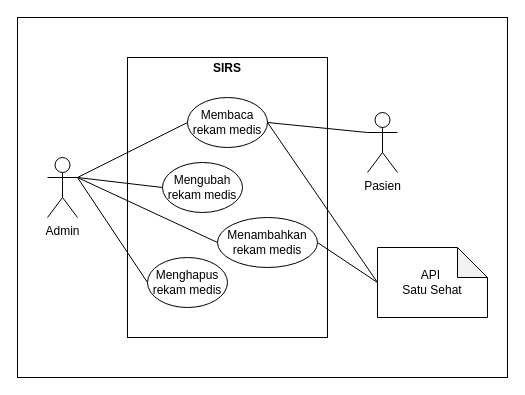
This is Use Case SIRS.drawio from dindin666/repo-awal, a draw.io file, before an edit. Source tidied: cells renumbered, new cells numbered last; positions are measured from the earlier drawing's top-left corner, leaving out a move shared by most shapes. Both pictures are drawn from the tidied source at 100%, with x=0, y=0 at pixel (17, 17).
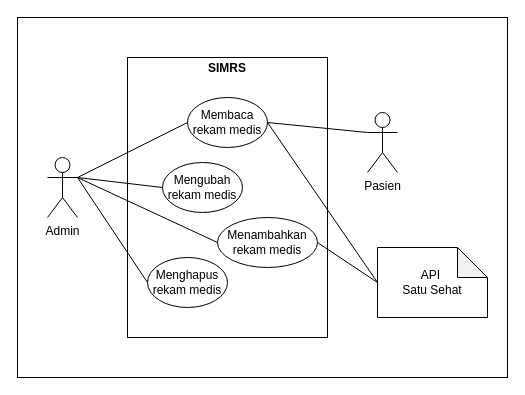
The same diagram, later.

The edit, as a diff of the source:
```diff
@@
 <mxGraphModel>
   <root>
     <mxCell id="0" />
     <mxCell id="1" parent="0" />
     <mxCell id="2" style="rounded=0;whiteSpace=wrap;html=1;" parent="1" vertex="1">
       <mxGeometry width="490" height="360" as="geometry" />
     </mxCell>
-    <mxCell id="3" value="&lt;p style=&quot;margin:0px;margin-top:4px;text-align:center;&quot;&gt;&lt;b&gt;SIRS&lt;/b&gt;&lt;/p&gt;" style="verticalAlign=top;align=left;overflow=fill;html=1;whiteSpace=wrap;" parent="1" vertex="1">
+    <mxCell id="3" value="&lt;p style=&quot;margin:0px;margin-top:4px;text-align:center;&quot;&gt;&lt;b&gt;SIMRS&lt;/b&gt;&lt;/p&gt;" style="verticalAlign=top;align=left;overflow=fill;html=1;whiteSpace=wrap;" parent="1" vertex="1">
       <mxGeometry x="110" y="40" width="200" height="280" as="geometry" />
     </mxCell>
     <mxCell id="4" value="Admin" style="shape=umlActor;verticalLabelPosition=bottom;verticalAlign=top;html=1;outlineConnect=0;" parent="1" vertex="1">
       <mxGeometry x="30" y="140" width="30" height="60" as="geometry" />
     </mxCell>
     <mxCell id="5" value="Pasien" style="shape=umlActor;verticalLabelPosition=bottom;verticalAlign=top;html=1;outlineConnect=0;" parent="1" vertex="1">
       <mxGeometry x="350" y="95" width="30" height="60" as="geometry" />
     </mxCell>
     <mxCell id="6" value="Membaca rekam medis" style="ellipse;whiteSpace=wrap;html=1;" parent="1" vertex="1">
       <mxGeometry x="170" y="80" width="80" height="50" as="geometry" />
     </mxCell>
     <mxCell id="7" value="Mengubah rekam medis" style="ellipse;whiteSpace=wrap;html=1;" parent="1" vertex="1">
       <mxGeometry x="145" y="145" width="80" height="50" as="geometry" />
     </mxCell>
     <mxCell id="8" value="Menghapus rekam medis" style="ellipse;whiteSpace=wrap;html=1;" parent="1" vertex="1">
       <mxGeometry x="130" y="240" width="80" height="50" as="geometry" />
     </mxCell>
     <mxCell id="9" value="Menambahkan rekam medis" style="ellipse;whiteSpace=wrap;html=1;" parent="1" vertex="1">
       <mxGeometry x="200" y="200" width="100" height="50" as="geometry" />
     </mxCell>
     <mxCell id="10" style="endArrow=none;html=1;rounded=0;entryX=0;entryY=0.5;entryDx=0;entryDy=0;" parent="1" edge="1" target="6">
       <mxGeometry relative="1" as="geometry">
         <mxPoint x="60" y="160" as="sourcePoint" />
       </mxGeometry>
     </mxCell>
     <mxCell id="11" style="endArrow=none;html=1;rounded=0;entryX=0;entryY=0.3333333333333333;entryDx=0;entryDy=0;entryPerimeter=0;exitX=1;exitY=0.5;exitDx=0;exitDy=0;" parent="1" edge="1" source="6" target="5">
       <mxGeometry relative="1" as="geometry" />
     </mxCell>
     <mxCell id="12" style="endArrow=none;html=1;rounded=0;entryX=0;entryY=0.5;entryDx=0;entryDy=0;" parent="1" edge="1" target="7">
       <mxGeometry relative="1" as="geometry">
         <mxPoint x="60" y="160" as="sourcePoint" />
       </mxGeometry>
     </mxCell>
     <mxCell id="13" style="endArrow=none;html=1;rounded=0;entryX=0;entryY=0.5;entryDx=0;entryDy=0;" parent="1" edge="1" target="9">
       <mxGeometry relative="1" as="geometry">
         <mxPoint x="60" y="160" as="sourcePoint" />
       </mxGeometry>
     </mxCell>
     <mxCell id="14" style="endArrow=none;html=1;rounded=0;exitX=1;exitY=0.3333333333333333;exitDx=0;exitDy=0;exitPerimeter=0;entryX=0;entryY=0.5;entryDx=0;entryDy=0;" parent="1" edge="1" source="4" target="8">
       <mxGeometry relative="1" as="geometry" />
     </mxCell>
     <mxCell id="15" value="API&amp;nbsp;&lt;div&gt;Satu Sehat&lt;/div&gt;" style="shape=note;whiteSpace=wrap;html=1;backgroundOutline=1;darkOpacity=0.05;" parent="1" vertex="1">
       <mxGeometry x="360" y="230" width="110" height="70" as="geometry" />
     </mxCell>
     <mxCell id="16" style="endArrow=none;html=1;rounded=0;exitX=1;exitY=0.5;exitDx=0;exitDy=0;entryX=0;entryY=0.5;entryDx=0;entryDy=0;entryPerimeter=0;" parent="1" edge="1" source="6" target="15">
       <mxGeometry relative="1" as="geometry" />
     </mxCell>
     <mxCell id="17" style="endArrow=none;html=1;rounded=0;entryX=1;entryY=0.5;entryDx=0;entryDy=0;exitX=0;exitY=0.5;exitDx=0;exitDy=0;exitPerimeter=0;" parent="1" edge="1" source="15" target="9">
       <mxGeometry relative="1" as="geometry" />
     </mxCell>
   </root>
 </mxGraphModel>
```
